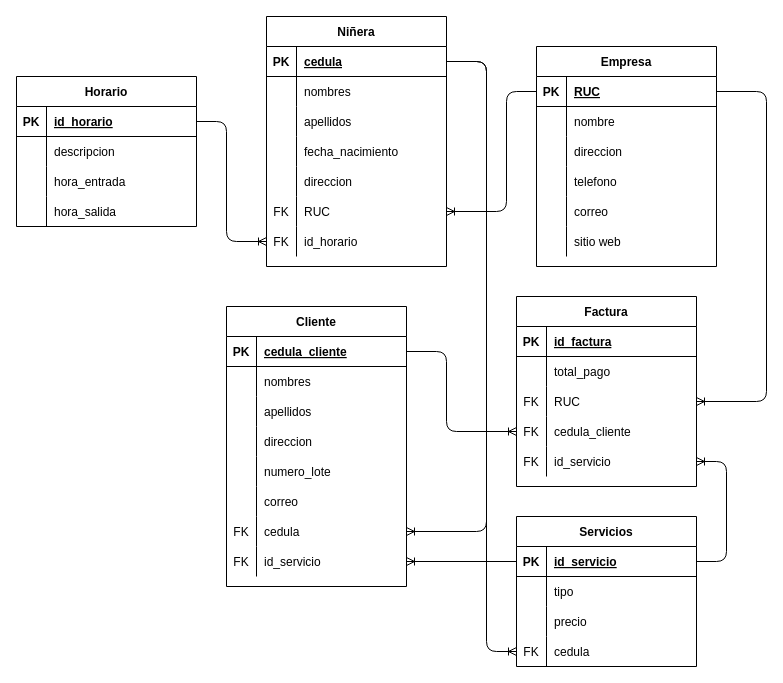
Before: Untitled Diagram.drawio in PaxAuz15/GCS-HotelCieloMar, a draw.io diagram. Source tidied: cells renumbered, new cells numbered last; positions are measured from the earlier drawing's top-left corner, leaving out a move shared by most shapes. Both pictures are drawn from the tidied source at 100%, with x=0, y=0 at pixel (16, 16).
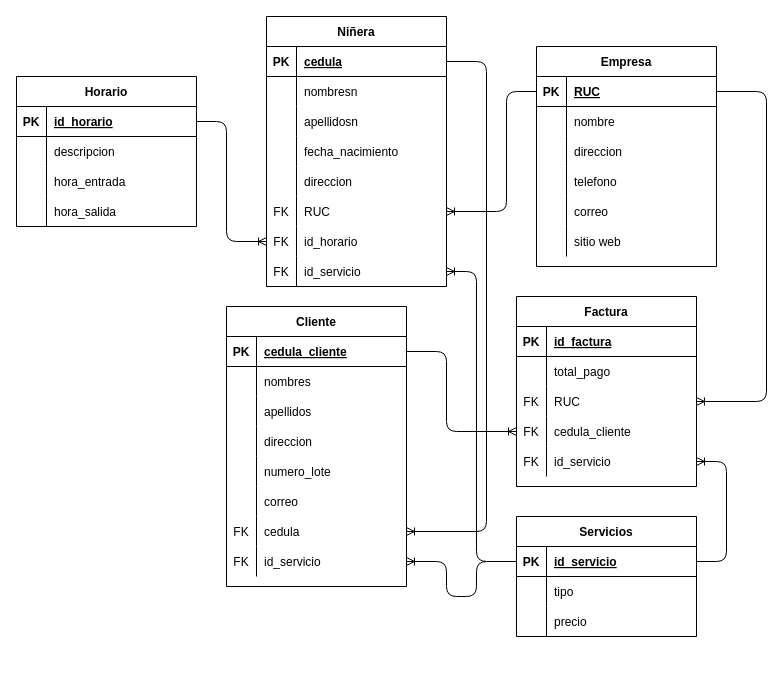
The same page after the edit.

Unchanged cells that the change refers to:
```xml
<mxCell id="22" style="shape=partialRectangle;fillColor=none;top=0;left=0;bottom=1;right=0;points=[[0,0.5],[1,0.5]];portConstraint=eastwest;" parent="21" vertex="1">
  <mxGeometry y="30" width="180" height="30" as="geometry" />
</mxCell>
<mxCell id="25" style="shape=partialRectangle;fillColor=none;top=0;left=0;bottom=0;right=0;" parent="21" vertex="1">
  <mxGeometry y="60" width="180" height="30" as="geometry" />
</mxCell>
<mxCell id="28" style="shape=partialRectangle;fillColor=none;top=0;left=0;bottom=0;right=0;" parent="21" vertex="1">
  <mxGeometry y="90" width="180" height="30" as="geometry" />
</mxCell>
<mxCell id="44" style="shape=partialRectangle;fillColor=none;top=0;left=0;bottom=1;right=0;points=[[0,0.5],[1,0.5]];portConstraint=eastwest;" parent="43" vertex="1">
  <mxGeometry y="30" width="180" height="30" as="geometry" />
</mxCell>
<mxCell id="78" style="shape=partialRectangle;fillColor=none;top=0;left=0;bottom=0;right=0;points=[[0,0.5],[1,0.5]];portConstraint=eastwest;" parent="56" vertex="1">
  <mxGeometry y="240" width="180" height="30" as="geometry" />
</mxCell>
```

Change to the diagram source:
```diff
@@
     <mxCell id="21" value="Niñera" style="shape=table;startSize=30;childLayout=tableLayout;rowLines=0;fontStyle=1;align=center;" parent="1" vertex="1">
-      <mxGeometry x="250" width="180" height="250" as="geometry" />
+      <mxGeometry x="250" width="180" height="270" as="geometry" />
     </mxCell>
@@
-    <mxCell id="27" value="nombres" style="shape=partialRectangle;fillColor=none;top=0;left=0;bottom=0;right=0;align=left;spacingLeft=6;overflow=hidden;" parent="25" vertex="1">
+    <mxCell id="27" value="nombresn" style="shape=partialRectangle;fillColor=none;top=0;left=0;bottom=0;right=0;align=left;spacingLeft=6;overflow=hidden;" parent="25" vertex="1">
       <mxGeometry x="30" width="150" height="30" as="geometry" />
     </mxCell>
@@
-    <mxCell id="30" value="apellidos" style="shape=partialRectangle;fillColor=none;top=0;left=0;bottom=0;right=0;align=left;spacingLeft=6;overflow=hidden;" parent="28" vertex="1">
+    <mxCell id="30" value="apellidosn" style="shape=partialRectangle;fillColor=none;top=0;left=0;bottom=0;right=0;align=left;spacingLeft=6;overflow=hidden;" parent="28" vertex="1">
       <mxGeometry x="30" width="150" height="30" as="geometry" />
     </mxCell>
@@
+    <mxCell id="118" style="shape=partialRectangle;fillColor=none;top=0;left=0;bottom=0;right=0;points=[[0,0.5],[1,0.5]];portConstraint=eastwest;" parent="21" vertex="1">
+      <mxGeometry y="240" width="180" height="30" as="geometry" />
+    </mxCell>
+    <mxCell id="54" value="FK" style="shape=partialRectangle;fillColor=none;top=0;left=0;bottom=0;right=0;overflow=hidden;" parent="118" vertex="1">
+      <mxGeometry width="30" height="30" as="geometry" />
+    </mxCell>
+    <mxCell id="119" value="id_servicio" style="shape=partialRectangle;fillColor=none;top=0;left=0;bottom=0;right=0;align=left;spacingLeft=6;overflow=hidden;" parent="118" vertex="1">
+      <mxGeometry x="30" width="150" height="30" as="geometry" />
+    </mxCell>
     <mxCell id="43" value="Servicios" style="shape=table;startSize=30;childLayout=tableLayout;rowLines=0;fontStyle=1;align=center;" parent="1" vertex="1">
-      <mxGeometry x="500" y="500" width="180" height="150" as="geometry" />
+      <mxGeometry x="500" y="500" width="180" height="120" as="geometry" />
     </mxCell>
@@
-    <mxCell id="53" style="shape=partialRectangle;fillColor=none;top=0;left=0;bottom=0;right=0;points=[[0,0.5],[1,0.5]];portConstraint=eastwest;" parent="43" vertex="1">
-      <mxGeometry y="120" width="180" height="30" as="geometry" />
-    </mxCell>
-    <mxCell id="54" value="FK" style="shape=partialRectangle;fillColor=none;top=0;left=0;bottom=0;right=0;overflow=hidden;" parent="53" vertex="1">
-      <mxGeometry width="30" height="30" as="geometry" />
-    </mxCell>
-    <mxCell id="55" value="cedula" style="shape=partialRectangle;fillColor=none;top=0;left=0;bottom=0;right=0;align=left;spacingLeft=6;overflow=hidden;" parent="53" vertex="1">
-      <mxGeometry x="30" width="150" height="30" as="geometry" />
-    </mxCell>
@@
     <mxCell id="115" style="fontSize=12;html=1;endArrow=ERoneToMany;exitX=0;exitY=0.5;exitDx=0;exitDy=0;entryX=1;entryY=0.5;entryDx=0;entryDy=0;" parent="1" edge="1" source="44" target="78">
-      <mxGeometry relative="1" as="geometry" />
+      <mxGeometry relative="1" as="geometry">
+        <Array as="points">
+          <mxPoint x="460" y="545" />
+          <mxPoint x="460" y="580" />
+          <mxPoint x="430" y="580" />
+          <mxPoint x="430" y="545" />
+        </Array>
+      </mxGeometry>
     </mxCell>
@@
-    <mxCell id="117" style="fontSize=12;html=1;endArrow=ERoneToMany;entryX=0;entryY=0.5;entryDx=0;entryDy=0;exitX=1;exitY=0.5;exitDx=0;exitDy=0;" parent="1" edge="1" source="22" target="53">
-      <mxGeometry relative="1" as="geometry">
-        <Array as="points">
-          <mxPoint x="470" y="45" />
-          <mxPoint x="470" y="635" />
-        </Array>
-      </mxGeometry>
-    </mxCell>
+    <mxCell id="120" style="fontSize=12;html=1;endArrow=ERoneToMany;entryX=1;entryY=0.5;entryDx=0;entryDy=0;exitX=0;exitY=0.5;exitDx=0;exitDy=0;" parent="1" edge="1" source="44" target="118">
+      <mxGeometry relative="1" as="geometry">
+        <Array as="points">
+          <mxPoint x="460" y="545" />
+          <mxPoint x="460" y="255" />
+        </Array>
+      </mxGeometry>
+    </mxCell>
```
